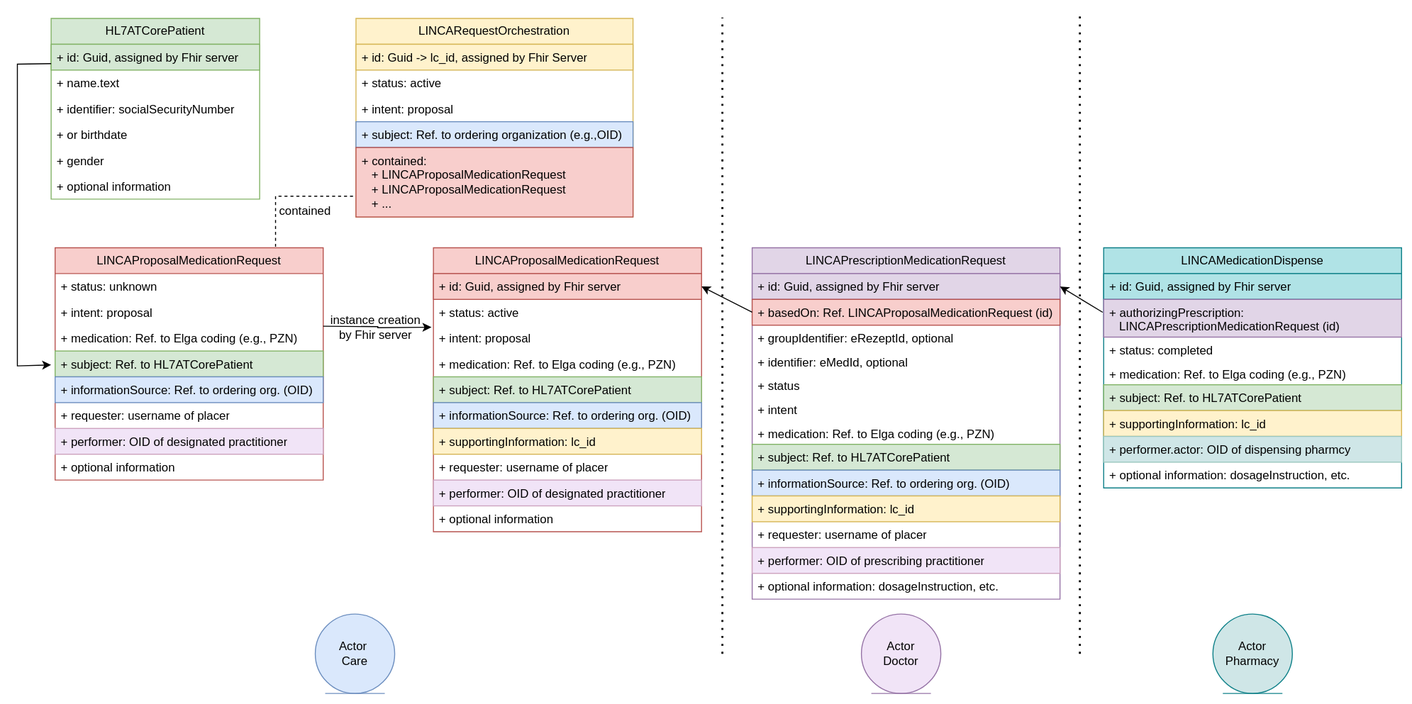
Earlier version of the draw.io export input/images/LINCA_resources_details.svg (HL7Austria/LinkedCare). Source tidied: cells renumbered, new cells last; positions are measured from the earlier drawing's top-left corner, leaving out a move shared by most shapes.
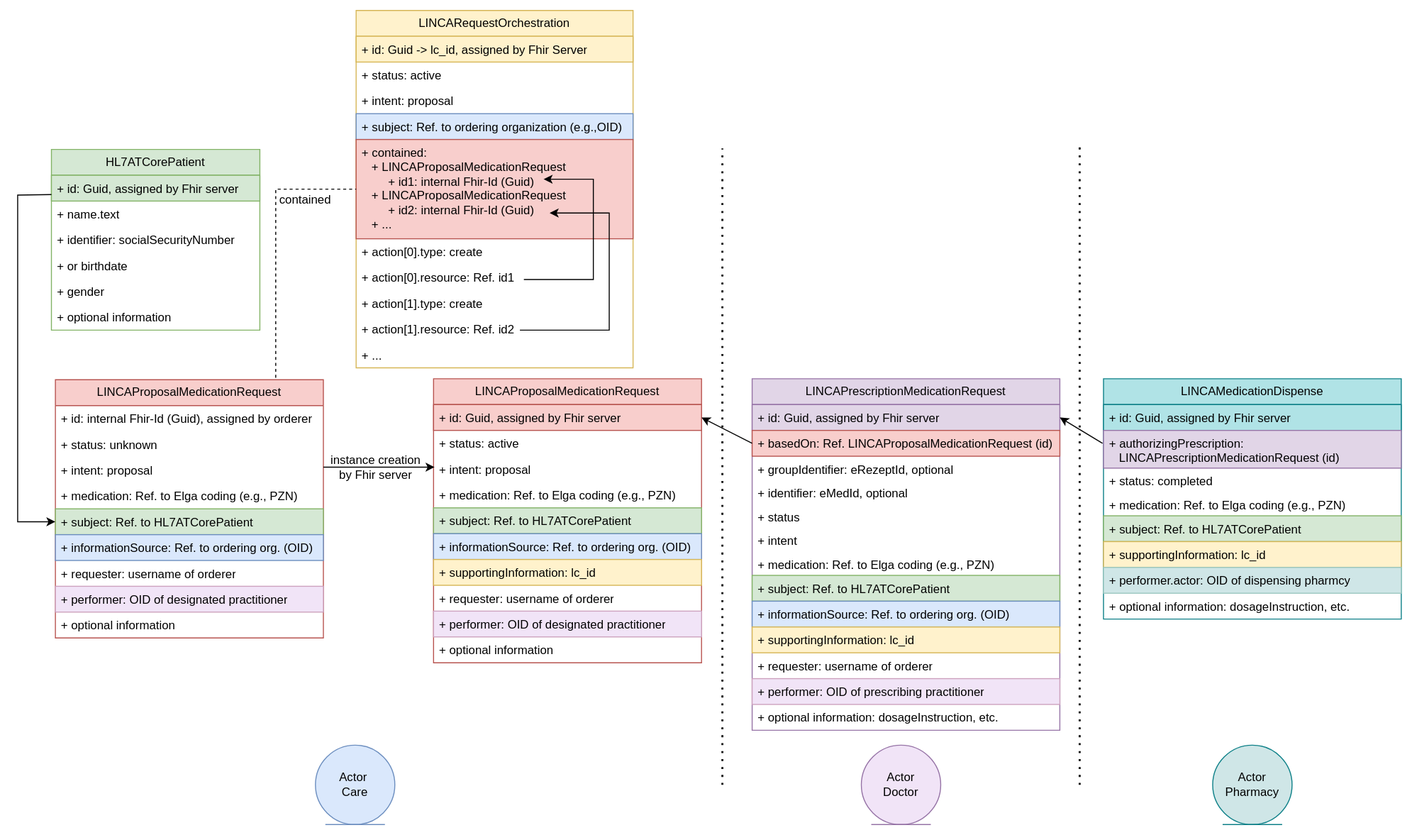
The same diagram one commit later.

The edit, as a diff of the source:
```diff
@@ -24,7 +24,7 @@
       <mxGeometry y="156" width="210" height="26" as="geometry" />
     </mxCell>
     <mxCell id="9" value="LINCARequestOrchestration" style="swimlane;fontStyle=0;horizontal=1;startSize=26;fillColor=#fff2cc;whiteSpace=wrap;html=1;strokeColor=#d6b656;" parent="1" vertex="1">
-      <mxGeometry x="341" y="7" width="279" height="200" as="geometry" />
+      <mxGeometry x="341" y="-133" width="279" height="360" as="geometry" />
     </mxCell>
     <mxCell id="10" value="+ id: Guid -&amp;gt; lc_id, assigned by Fhir Server" style="text;strokeColor=#d6b656;fillColor=#fff2cc;align=left;verticalAlign=top;spacingLeft=4;spacingRight=4;overflow=hidden;whiteSpace=wrap;html=1;" parent="9" vertex="1">
       <mxGeometry y="26" width="279" height="26" as="geometry" />
@@ -35,38 +35,76 @@
     <mxCell id="12" value="+ intent: proposal" style="text;strokeColor=none;fillColor=none;align=left;verticalAlign=top;spacingLeft=4;spacingRight=4;overflow=hidden;whiteSpace=wrap;html=1;" parent="9" vertex="1">
       <mxGeometry y="78" width="279" height="26" as="geometry" />
     </mxCell>
-    <mxCell id="13" value="+ subject: Ref. to ordering organization (e.g.,OID)" style="text;strokeColor=#6c8ebf;fillColor=#dae8fc;align=left;verticalAlign=top;spacingLeft=4;spacingRight=4;overflow=hidden;whiteSpace=wrap;html=1;" parent="9" vertex="1">
+    <mxCell id="13" value="+ subject: Ref. to ordering organization (e.g.,OID)" style="text;strokeColor=#6c8ebf;fillColor=#DAE8FC;align=left;verticalAlign=top;spacingLeft=4;spacingRight=4;overflow=hidden;whiteSpace=wrap;html=1;" parent="9" vertex="1">
       <mxGeometry y="104" width="279" height="26" as="geometry" />
     </mxCell>
-    <mxCell id="14" value="+ contained:&amp;nbsp;&lt;br&gt;&lt;blockquote style=&quot;margin: 0 0 0 40px; border: none; padding: 0px;&quot;&gt;&lt;/blockquote&gt;&lt;span style=&quot;background-color: initial;&quot;&gt;&amp;nbsp; &amp;nbsp;+ LINCAProposalMedicationRequest&lt;br&gt;&lt;/span&gt;&amp;nbsp; &amp;nbsp;+ LINCAProposalMedicationRequest&lt;br&gt;&amp;nbsp; &amp;nbsp;+ ...&lt;br&gt;&lt;blockquote style=&quot;margin: 0 0 0 40px; border: none; padding: 0px;&quot;&gt;&lt;/blockquote&gt;" style="text;strokeColor=#b85450;fillColor=#f8cecc;align=left;verticalAlign=top;spacingLeft=4;spacingRight=4;overflow=hidden;points=[[0,0.5],[1,0.5]];portConstraint=eastwest;whiteSpace=wrap;html=1;" parent="9" vertex="1">
-      <mxGeometry y="130" width="279" height="70" as="geometry" />
+    <mxCell id="14" value="+ contained:&amp;nbsp;&lt;br&gt;&lt;blockquote style=&quot;margin: 0 0 0 40px; border: none; padding: 0px;&quot;&gt;&lt;/blockquote&gt;&lt;span style=&quot;background-color: initial;&quot;&gt;&amp;nbsp; &amp;nbsp;+ LINCAProposalMedicationRequest&lt;br&gt;&lt;span style=&quot;white-space: pre;&quot;&gt;&#9;&lt;/span&gt;+ id1: internal Fhir-Id (Guid)&lt;br&gt;&lt;/span&gt;&amp;nbsp; &amp;nbsp;+ LINCAProposalMedicationRequest&lt;br&gt;&lt;span style=&quot;white-space: pre;&quot;&gt;&#9;&lt;/span&gt;+ id2: internal Fhir-Id (Guid)&lt;br&gt;&amp;nbsp; &amp;nbsp;+ ...&lt;br&gt;&lt;blockquote style=&quot;margin: 0 0 0 40px; border: none; padding: 0px;&quot;&gt;&lt;/blockquote&gt;" style="text;strokeColor=#b85450;fillColor=#f8cecc;align=left;verticalAlign=top;spacingLeft=4;spacingRight=4;overflow=hidden;points=[[0,0.5],[1,0.5]];portConstraint=eastwest;whiteSpace=wrap;html=1;" parent="9" vertex="1">
+      <mxGeometry y="130" width="279" height="100" as="geometry" />
     </mxCell>
+    <mxCell id="70" style="endArrow=classic;html=1;rounded=0;entryX=0.677;entryY=0.4;entryDx=0;entryDy=0;entryPerimeter=0;" parent="9" edge="1">
+      <mxGeometry relative="1" as="geometry">
+        <mxPoint x="169" y="271" as="sourcePoint" />
+        <mxPoint x="188.9" y="170" as="targetPoint" />
+        <Array as="points">
+          <mxPoint x="239" y="271" />
+          <mxPoint x="239" y="170" />
+        </Array>
+      </mxGeometry>
+    </mxCell>
+    <mxCell id="71" value="+ action[0].type: create" style="text;strokeColor=none;fillColor=none;align=left;verticalAlign=top;spacingLeft=4;spacingRight=4;overflow=hidden;whiteSpace=wrap;html=1;" parent="9" vertex="1">
+      <mxGeometry y="230" width="279" height="26" as="geometry" />
+    </mxCell>
+    <mxCell id="72" style="endArrow=classic;html=1;rounded=0;" parent="9" edge="1">
+      <mxGeometry relative="1" as="geometry">
+        <mxPoint x="165" y="322" as="sourcePoint" />
+        <mxPoint x="195" y="204" as="targetPoint" />
+        <Array as="points">
+          <mxPoint x="255" y="322" />
+          <mxPoint x="255" y="204" />
+        </Array>
+      </mxGeometry>
+    </mxCell>
+    <mxCell id="73" value="+ action[0].resource: Ref. id1" style="text;strokeColor=none;fillColor=none;align=left;verticalAlign=top;spacingLeft=4;spacingRight=4;overflow=hidden;whiteSpace=wrap;html=1;" parent="9" vertex="1">
+      <mxGeometry y="256" width="279" height="26" as="geometry" />
+    </mxCell>
+    <mxCell id="74" value="+ action[1].type: create" style="text;strokeColor=none;fillColor=none;align=left;verticalAlign=top;spacingLeft=4;spacingRight=4;overflow=hidden;whiteSpace=wrap;html=1;" parent="9" vertex="1">
+      <mxGeometry y="282" width="279" height="26" as="geometry" />
+    </mxCell>
+    <mxCell id="75" value="+ action[1].resource: Ref. id2" style="text;strokeColor=none;fillColor=none;align=left;verticalAlign=top;spacingLeft=4;spacingRight=4;overflow=hidden;whiteSpace=wrap;html=1;" parent="9" vertex="1">
+      <mxGeometry y="308" width="279" height="26" as="geometry" />
+    </mxCell>
+    <mxCell id="76" value="+ ..." style="text;strokeColor=none;fillColor=none;align=left;verticalAlign=top;spacingLeft=4;spacingRight=4;overflow=hidden;whiteSpace=wrap;html=1;" parent="9" vertex="1">
+      <mxGeometry y="334" width="279" height="26" as="geometry" />
+    </mxCell>
     <mxCell id="15" value="LINCAProposalMedicationRequest" style="swimlane;fontStyle=0;horizontal=1;startSize=26;fillColor=#f8cecc;whiteSpace=wrap;html=1;strokeColor=#b85450;" parent="1" vertex="1">
-      <mxGeometry x="38" y="238" width="270" height="234" as="geometry" />
+      <mxGeometry x="38" y="239" width="270" height="260" as="geometry" />
     </mxCell>
-    <mxCell id="16" value="+ status: unknown" style="text;strokeColor=none;fillColor=none;align=left;verticalAlign=top;spacingLeft=4;spacingRight=4;overflow=hidden;whiteSpace=wrap;html=1;" parent="15" vertex="1">
+    <mxCell id="16" value="+ id: internal Fhir-Id (Guid), assigned by orderer" style="text;strokeColor=none;fillColor=none;align=left;verticalAlign=top;spacingLeft=4;spacingRight=4;overflow=hidden;whiteSpace=wrap;html=1;" parent="15" vertex="1">
       <mxGeometry y="26" width="270" height="26" as="geometry" />
     </mxCell>
+    <mxCell id="77" value="+ status: unknown" style="text;strokeColor=none;fillColor=none;align=left;verticalAlign=top;spacingLeft=4;spacingRight=4;overflow=hidden;whiteSpace=wrap;html=1;" parent="15" vertex="1">
+      <mxGeometry y="52" width="270" height="26" as="geometry" />
+    </mxCell>
     <mxCell id="17" value="+ intent: proposal" style="text;strokeColor=none;fillColor=none;align=left;verticalAlign=top;spacingLeft=4;spacingRight=4;overflow=hidden;whiteSpace=wrap;html=1;" parent="15" vertex="1">
-      <mxGeometry y="52" width="270" height="26" as="geometry" />
+      <mxGeometry y="78" width="270" height="26" as="geometry" />
     </mxCell>
     <mxCell id="18" value="+ medication: Ref. to Elga coding (e.g., PZN)" style="text;strokeColor=none;fillColor=none;align=left;verticalAlign=top;spacingLeft=4;spacingRight=4;overflow=hidden;whiteSpace=wrap;html=1;" parent="15" vertex="1">
-      <mxGeometry y="78" width="270" height="26" as="geometry" />
+      <mxGeometry y="104" width="270" height="26" as="geometry" />
     </mxCell>
     <mxCell id="19" value="+ subject: Ref. to HL7ATCorePatient" style="text;strokeColor=#82b366;fillColor=#d5e8d4;align=left;verticalAlign=top;spacingLeft=4;spacingRight=4;overflow=hidden;points=[[0,0.5],[1,0.5]];portConstraint=eastwest;whiteSpace=wrap;html=1;" parent="15" vertex="1">
-      <mxGeometry y="104" width="270" height="26" as="geometry" />
+      <mxGeometry y="130" width="270" height="26" as="geometry" />
     </mxCell>
-    <mxCell id="20" value="+ informationSource: Ref. to ordering org. (OID)" style="text;strokeColor=#6c8ebf;fillColor=#dae8fc;align=left;verticalAlign=top;spacingLeft=4;spacingRight=4;overflow=hidden;whiteSpace=wrap;html=1;" parent="15" vertex="1">
-      <mxGeometry y="130" width="270" height="26" as="geometry" />
+    <mxCell id="20" value="+ informationSource: Ref. to ordering org. (OID)" style="text;strokeColor=#6c8ebf;fillColor=#DAE8FC;align=left;verticalAlign=top;spacingLeft=4;spacingRight=4;overflow=hidden;whiteSpace=wrap;html=1;" parent="15" vertex="1">
+      <mxGeometry y="156" width="270" height="26" as="geometry" />
     </mxCell>
-    <mxCell id="21" value="+ requester: username of placer" style="text;strokeColor=none;fillColor=none;align=left;verticalAlign=top;spacingLeft=4;spacingRight=4;overflow=hidden;whiteSpace=wrap;html=1;" parent="15" vertex="1">
-      <mxGeometry y="156" width="270" height="26" as="geometry" />
+    <mxCell id="21" value="+ requester: username of orderer" style="text;strokeColor=none;fillColor=none;align=left;verticalAlign=top;spacingLeft=4;spacingRight=4;overflow=hidden;whiteSpace=wrap;html=1;" parent="15" vertex="1">
+      <mxGeometry y="182" width="270" height="26" as="geometry" />
     </mxCell>
     <mxCell id="22" value="+ performer: OID of designated practitioner" style="text;strokeColor=#CDA2BE;fillColor=#F1E4F7;align=left;verticalAlign=top;spacingLeft=4;spacingRight=4;overflow=hidden;whiteSpace=wrap;html=1;" parent="15" vertex="1">
-      <mxGeometry y="182" width="270" height="26" as="geometry" />
+      <mxGeometry y="208" width="270" height="26" as="geometry" />
     </mxCell>
     <mxCell id="23" value="+ optional information" style="text;strokeColor=none;fillColor=none;align=left;verticalAlign=top;spacingLeft=4;spacingRight=4;overflow=hidden;whiteSpace=wrap;html=1;" parent="15" vertex="1">
-      <mxGeometry y="208" width="270" height="26" as="geometry" />
+      <mxGeometry y="234" width="270" height="26" as="geometry" />
     </mxCell>
     <mxCell id="24" value="LINCAProposalMedicationRequest" style="swimlane;fontStyle=0;horizontal=1;startSize=26;fillColor=#f8cecc;whiteSpace=wrap;html=1;strokeColor=#b85450;" parent="1" vertex="1">
       <mxGeometry x="419" y="238" width="270" height="286" as="geometry" />
@@ -92,7 +130,7 @@
     <mxCell id="31" value="+ supportingInformation: lc_id" style="text;strokeColor=#d6b656;fillColor=#fff2cc;align=left;verticalAlign=top;spacingLeft=4;spacingRight=4;overflow=hidden;whiteSpace=wrap;html=1;" parent="24" vertex="1">
       <mxGeometry y="182" width="270" height="26" as="geometry" />
     </mxCell>
-    <mxCell id="32" value="+ requester: username of placer" style="text;strokeColor=none;fillColor=none;align=left;verticalAlign=top;spacingLeft=4;spacingRight=4;overflow=hidden;whiteSpace=wrap;html=1;" parent="24" vertex="1">
+    <mxCell id="32" value="+ requester: username of orderer" style="text;strokeColor=none;fillColor=none;align=left;verticalAlign=top;spacingLeft=4;spacingRight=4;overflow=hidden;whiteSpace=wrap;html=1;" parent="24" vertex="1">
       <mxGeometry y="208" width="270" height="26" as="geometry" />
     </mxCell>
     <mxCell id="33" value="+ performer: OID of designated practitioner" style="text;strokeColor=#CDA2BE;fillColor=#F1E4F7;align=left;verticalAlign=top;spacingLeft=4;spacingRight=4;overflow=hidden;whiteSpace=wrap;html=1;" parent="24" vertex="1">
@@ -101,26 +139,19 @@
     <mxCell id="34" value="+ optional information" style="text;strokeColor=none;fillColor=none;align=left;verticalAlign=top;spacingLeft=4;spacingRight=4;overflow=hidden;whiteSpace=wrap;html=1;" parent="24" vertex="1">
       <mxGeometry y="260" width="270" height="26" as="geometry" />
     </mxCell>
-    <mxCell id="35" style="endArrow=none;dashed=1;html=1;rounded=0;entryX=0;entryY=0.5;entryDx=0;entryDy=0;" parent="1" edge="1">
+    <mxCell id="35" style="endArrow=none;dashed=1;html=1;rounded=0;entryX=0;entryY=0.5;entryDx=0;entryDy=0;" parent="1" edge="1" target="14">
       <mxGeometry relative="1" as="geometry">
         <mxPoint x="260" y="237" as="sourcePoint" />
-        <mxPoint x="340" y="186" as="targetPoint" />
         <Array as="points">
-          <mxPoint x="260" y="186" />
+          <mxPoint x="260" y="47" />
         </Array>
       </mxGeometry>
     </mxCell>
     <mxCell id="36" value="contained" style="text;html=1;strokeColor=none;fillColor=none;align=center;verticalAlign=middle;whiteSpace=wrap;rounded=0;" parent="1" vertex="1">
-      <mxGeometry x="260" y="186" width="60" height="30" as="geometry" />
+      <mxGeometry x="260" y="42" width="60" height="31" as="geometry" />
     </mxCell>
-    <mxCell id="37" style="edgeStyle=orthogonalEdgeStyle;rounded=0;orthogonalLoop=1;jettySize=auto;html=1;" parent="1" edge="1">
-      <mxGeometry relative="1" as="geometry">
-        <mxPoint x="308" y="317" as="sourcePoint" />
-        <mxPoint x="417" y="318" as="targetPoint" />
-      </mxGeometry>
-    </mxCell>
     <mxCell id="38" value="instance creation by Fhir server" style="text;html=1;strokeColor=none;fillColor=none;align=center;verticalAlign=middle;whiteSpace=wrap;rounded=0;" parent="1" vertex="1">
-      <mxGeometry x="311" y="303" width="100" height="30" as="geometry" />
+      <mxGeometry x="311" y="312" width="100" height="30" as="geometry" />
     </mxCell>
     <mxCell id="39" value="LINCAPrescriptionMedicationRequest" style="swimlane;fontStyle=0;horizontal=1;startSize=26;fillColor=#e1d5e7;whiteSpace=wrap;html=1;strokeColor=#9673a6;" parent="1" vertex="1">
       <mxGeometry x="740" y="238" width="310" height="354" as="geometry" />
@@ -155,7 +186,7 @@
     <mxCell id="49" value="+ supportingInformation: lc_id" style="text;strokeColor=#d6b656;fillColor=#fff2cc;align=left;verticalAlign=top;spacingLeft=4;spacingRight=4;overflow=hidden;whiteSpace=wrap;html=1;" parent="39" vertex="1">
       <mxGeometry y="250" width="310" height="26" as="geometry" />
     </mxCell>
-    <mxCell id="50" value="+ requester: username of placer" style="text;strokeColor=none;fillColor=none;align=left;verticalAlign=top;spacingLeft=4;spacingRight=4;overflow=hidden;whiteSpace=wrap;html=1;" parent="39" vertex="1">
+    <mxCell id="50" value="+ requester: username of orderer" style="text;strokeColor=none;fillColor=none;align=left;verticalAlign=top;spacingLeft=4;spacingRight=4;overflow=hidden;whiteSpace=wrap;html=1;" parent="39" vertex="1">
       <mxGeometry y="276" width="310" height="26" as="geometry" />
     </mxCell>
     <mxCell id="51" value="+ performer: OID of prescribing practitioner" style="text;strokeColor=#CDA2BE;fillColor=#F1E4F7;align=left;verticalAlign=top;spacingLeft=4;spacingRight=4;overflow=hidden;whiteSpace=wrap;html=1;" parent="39" vertex="1">
@@ -199,12 +230,11 @@
         <mxPoint x="1093" y="303" as="sourcePoint" />
       </mxGeometry>
     </mxCell>
-    <mxCell id="64" style="endArrow=classic;html=1;rounded=0;exitX=0;exitY=0.25;exitDx=0;exitDy=0;" parent="1" edge="1" source="2">
+    <mxCell id="64" style="endArrow=classic;html=1;rounded=0;exitX=0;exitY=0.25;exitDx=0;exitDy=0;entryX=0;entryY=0.5;entryDx=0;entryDy=0;" parent="1" edge="1" source="2" target="19">
       <mxGeometry relative="1" as="geometry">
-        <mxPoint x="34" y="356" as="targetPoint" />
         <Array as="points">
           <mxPoint y="53" />
-          <mxPoint y="357" />
+          <mxPoint y="382" />
         </Array>
       </mxGeometry>
     </mxCell>
@@ -229,5 +259,11 @@
     <mxCell id="69" value="Actor&lt;br&gt;Doctor" style="ellipse;shape=umlEntity;whiteSpace=wrap;html=1;fillColor=#F1E4F7;strokeColor=#9673a6;" parent="1" vertex="1">
       <mxGeometry x="850" y="607" width="80" height="80" as="geometry" />
     </mxCell>
+    <mxCell id="78" style="endArrow=classic;html=1;rounded=0;" parent="1" edge="1">
+      <mxGeometry relative="1" as="geometry">
+        <mxPoint x="308" y="327" as="sourcePoint" />
+        <mxPoint x="420" y="327" as="targetPoint" />
+      </mxGeometry>
+    </mxCell>
   </root>
 </mxGraphModel>
```
